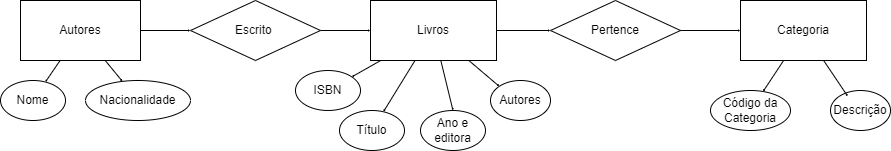
This is Exercicio 9.drawio.png from Thais-VDR/Exercicio_Diagramas, a draw.io export, as it was before one commit. Source tidied: cells renumbered, new cells last; positions are measured from the earlier drawing's top-left corner, leaving out a move shared by most shapes. Source of this version:
```xml
<mxGraphModel>
  <root>
    <mxCell id="0" />
    <mxCell id="1" parent="0" />
    <mxCell id="2" style="edgeStyle=orthogonalEdgeStyle;rounded=0;jettySize=auto;html=1;endSize=0;startSize=0;" parent="1" edge="1" source="5" target="15">
      <mxGeometry relative="1" as="geometry" />
    </mxCell>
    <mxCell id="3" style="rounded=0;jettySize=auto;html=1;endSize=0;startSize=0;" parent="1" edge="1" source="5" target="18">
      <mxGeometry relative="1" as="geometry" />
    </mxCell>
    <mxCell id="4" style="rounded=0;jettySize=auto;html=1;endSize=0;startSize=0;" parent="1" edge="1" source="5" target="19">
      <mxGeometry relative="1" as="geometry" />
    </mxCell>
    <mxCell id="5" value="Autores" style="rounded=0;whiteSpace=wrap;html=1;" parent="1" vertex="1">
      <mxGeometry x="20" width="120" height="60" as="geometry" />
    </mxCell>
    <mxCell id="6" style="edgeStyle=orthogonalEdgeStyle;rounded=0;jettySize=auto;html=1;endSize=0;startSize=0;" parent="1" edge="1" source="11" target="17">
      <mxGeometry relative="1" as="geometry" />
    </mxCell>
    <mxCell id="7" style="rounded=0;jettySize=auto;html=1;endSize=0;startSize=0;" parent="1" edge="1" source="11" target="22">
      <mxGeometry relative="1" as="geometry" />
    </mxCell>
    <mxCell id="8" style="rounded=0;jettySize=auto;html=1;entryX=0.5;entryY=0;entryDx=0;entryDy=0;endSize=0;startSize=0;" parent="1" edge="1" source="11" target="21">
      <mxGeometry relative="1" as="geometry" />
    </mxCell>
    <mxCell id="9" style="rounded=0;jettySize=auto;html=1;entryX=0;entryY=0;entryDx=0;entryDy=0;endSize=0;startSize=0;" parent="1" edge="1" source="11" target="23">
      <mxGeometry relative="1" as="geometry" />
    </mxCell>
    <mxCell id="10" style="rounded=0;jettySize=auto;html=1;endSize=0;startSize=0;" parent="1" edge="1" source="11" target="20">
      <mxGeometry relative="1" as="geometry" />
    </mxCell>
    <mxCell id="11" value="Livros" style="rounded=0;whiteSpace=wrap;html=1;" parent="1" vertex="1">
      <mxGeometry x="370" width="126" height="60" as="geometry" />
    </mxCell>
    <mxCell id="12" style="rounded=0;jettySize=auto;html=1;endSize=0;startSize=0;" parent="1" edge="1" source="13" target="24">
      <mxGeometry relative="1" as="geometry" />
    </mxCell>
    <mxCell id="13" value="Categoria" style="rounded=0;whiteSpace=wrap;html=1;" parent="1" vertex="1">
      <mxGeometry x="740" width="126" height="60" as="geometry" />
    </mxCell>
    <mxCell id="14" style="edgeStyle=orthogonalEdgeStyle;rounded=0;jettySize=auto;html=1;endSize=0;startSize=0;" parent="1" edge="1" source="15" target="11">
      <mxGeometry relative="1" as="geometry" />
    </mxCell>
    <mxCell id="15" value="Escrito&amp;nbsp;" style="rhombus;whiteSpace=wrap;html=1;" parent="1" vertex="1">
      <mxGeometry x="190" width="130" height="60" as="geometry" />
    </mxCell>
    <mxCell id="16" style="edgeStyle=orthogonalEdgeStyle;rounded=0;jettySize=auto;html=1;endSize=0;startSize=0;" parent="1" edge="1" source="17" target="13">
      <mxGeometry relative="1" as="geometry" />
    </mxCell>
    <mxCell id="17" value="Pertence" style="rhombus;whiteSpace=wrap;html=1;" parent="1" vertex="1">
      <mxGeometry x="550" width="130" height="60" as="geometry" />
    </mxCell>
    <mxCell id="18" value="Nome" style="ellipse;whiteSpace=wrap;html=1;" parent="1" vertex="1">
      <mxGeometry y="80" width="65" height="40" as="geometry" />
    </mxCell>
    <mxCell id="19" value="Nacionalidade" style="ellipse;whiteSpace=wrap;html=1;" parent="1" vertex="1">
      <mxGeometry x="85" y="80" width="105" height="40" as="geometry" />
    </mxCell>
    <mxCell id="20" value="ISBN" style="ellipse;whiteSpace=wrap;html=1;" parent="1" vertex="1">
      <mxGeometry x="295" y="70" width="65" height="40" as="geometry" />
    </mxCell>
    <mxCell id="21" value="Ano e editora" style="ellipse;whiteSpace=wrap;html=1;" parent="1" vertex="1">
      <mxGeometry x="420" y="110" width="65" height="40" as="geometry" />
    </mxCell>
    <mxCell id="22" value="Título" style="ellipse;whiteSpace=wrap;html=1;" parent="1" vertex="1">
      <mxGeometry x="339" y="110" width="65" height="40" as="geometry" />
    </mxCell>
    <mxCell id="23" value="Autores" style="ellipse;whiteSpace=wrap;html=1;" parent="1" vertex="1">
      <mxGeometry x="490" y="80" width="60" height="40" as="geometry" />
    </mxCell>
    <mxCell id="24" value="Código da Categoria" style="ellipse;whiteSpace=wrap;html=1;" parent="1" vertex="1">
      <mxGeometry x="710" y="90" width="80" height="40" as="geometry" />
    </mxCell>
    <mxCell id="25" value="Descrição" style="ellipse;whiteSpace=wrap;html=1;" parent="1" vertex="1">
      <mxGeometry x="830" y="90" width="60" height="40" as="geometry" />
    </mxCell>
    <mxCell id="26" style="rounded=0;jettySize=auto;html=1;entryX=0.287;entryY=0.145;entryDx=0;entryDy=0;entryPerimeter=0;endSize=0;startSize=0;" parent="1" edge="1" source="13" target="25">
      <mxGeometry relative="1" as="geometry" />
    </mxCell>
  </root>
</mxGraphModel>
```
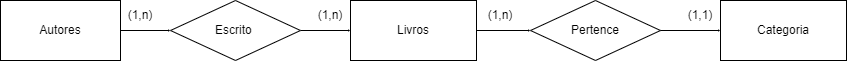
Later version of the same file.

The edit, as a diff of the source:
```diff
@@ -5,36 +5,15 @@
     <mxCell id="2" style="edgeStyle=orthogonalEdgeStyle;rounded=0;jettySize=auto;html=1;endSize=0;startSize=0;" parent="1" edge="1" source="5" target="15">
       <mxGeometry relative="1" as="geometry" />
     </mxCell>
-    <mxCell id="3" style="rounded=0;jettySize=auto;html=1;endSize=0;startSize=0;" parent="1" edge="1" source="5" target="18">
-      <mxGeometry relative="1" as="geometry" />
-    </mxCell>
-    <mxCell id="4" style="rounded=0;jettySize=auto;html=1;endSize=0;startSize=0;" parent="1" edge="1" source="5" target="19">
-      <mxGeometry relative="1" as="geometry" />
-    </mxCell>
     <mxCell id="5" value="Autores" style="rounded=0;whiteSpace=wrap;html=1;" parent="1" vertex="1">
       <mxGeometry x="20" width="120" height="60" as="geometry" />
     </mxCell>
     <mxCell id="6" style="edgeStyle=orthogonalEdgeStyle;rounded=0;jettySize=auto;html=1;endSize=0;startSize=0;" parent="1" edge="1" source="11" target="17">
       <mxGeometry relative="1" as="geometry" />
     </mxCell>
-    <mxCell id="7" style="rounded=0;jettySize=auto;html=1;endSize=0;startSize=0;" parent="1" edge="1" source="11" target="22">
-      <mxGeometry relative="1" as="geometry" />
-    </mxCell>
-    <mxCell id="8" style="rounded=0;jettySize=auto;html=1;entryX=0.5;entryY=0;entryDx=0;entryDy=0;endSize=0;startSize=0;" parent="1" edge="1" source="11" target="21">
-      <mxGeometry relative="1" as="geometry" />
-    </mxCell>
-    <mxCell id="9" style="rounded=0;jettySize=auto;html=1;entryX=0;entryY=0;entryDx=0;entryDy=0;endSize=0;startSize=0;" parent="1" edge="1" source="11" target="23">
-      <mxGeometry relative="1" as="geometry" />
-    </mxCell>
-    <mxCell id="10" style="rounded=0;jettySize=auto;html=1;endSize=0;startSize=0;" parent="1" edge="1" source="11" target="20">
-      <mxGeometry relative="1" as="geometry" />
-    </mxCell>
     <mxCell id="11" value="Livros" style="rounded=0;whiteSpace=wrap;html=1;" parent="1" vertex="1">
       <mxGeometry x="370" width="126" height="60" as="geometry" />
     </mxCell>
-    <mxCell id="12" style="rounded=0;jettySize=auto;html=1;endSize=0;startSize=0;" parent="1" edge="1" source="13" target="24">
-      <mxGeometry relative="1" as="geometry" />
-    </mxCell>
     <mxCell id="13" value="Categoria" style="rounded=0;whiteSpace=wrap;html=1;" parent="1" vertex="1">
       <mxGeometry x="740" width="126" height="60" as="geometry" />
     </mxCell>
@@ -50,32 +29,17 @@
     <mxCell id="17" value="Pertence" style="rhombus;whiteSpace=wrap;html=1;" parent="1" vertex="1">
       <mxGeometry x="550" width="130" height="60" as="geometry" />
     </mxCell>
-    <mxCell id="18" value="Nome" style="ellipse;whiteSpace=wrap;html=1;" parent="1" vertex="1">
-      <mxGeometry y="80" width="65" height="40" as="geometry" />
-    </mxCell>
-    <mxCell id="19" value="Nacionalidade" style="ellipse;whiteSpace=wrap;html=1;" parent="1" vertex="1">
-      <mxGeometry x="85" y="80" width="105" height="40" as="geometry" />
-    </mxCell>
-    <mxCell id="20" value="ISBN" style="ellipse;whiteSpace=wrap;html=1;" parent="1" vertex="1">
-      <mxGeometry x="295" y="70" width="65" height="40" as="geometry" />
-    </mxCell>
-    <mxCell id="21" value="Ano e editora" style="ellipse;whiteSpace=wrap;html=1;" parent="1" vertex="1">
-      <mxGeometry x="420" y="110" width="65" height="40" as="geometry" />
-    </mxCell>
-    <mxCell id="22" value="Título" style="ellipse;whiteSpace=wrap;html=1;" parent="1" vertex="1">
-      <mxGeometry x="339" y="110" width="65" height="40" as="geometry" />
-    </mxCell>
-    <mxCell id="23" value="Autores" style="ellipse;whiteSpace=wrap;html=1;" parent="1" vertex="1">
-      <mxGeometry x="490" y="80" width="60" height="40" as="geometry" />
-    </mxCell>
-    <mxCell id="24" value="Código da Categoria" style="ellipse;whiteSpace=wrap;html=1;" parent="1" vertex="1">
-      <mxGeometry x="710" y="90" width="80" height="40" as="geometry" />
-    </mxCell>
-    <mxCell id="25" value="Descrição" style="ellipse;whiteSpace=wrap;html=1;" parent="1" vertex="1">
-      <mxGeometry x="830" y="90" width="60" height="40" as="geometry" />
-    </mxCell>
-    <mxCell id="26" style="rounded=0;jettySize=auto;html=1;entryX=0.287;entryY=0.145;entryDx=0;entryDy=0;entryPerimeter=0;endSize=0;startSize=0;" parent="1" edge="1" source="13" target="25">
-      <mxGeometry relative="1" as="geometry" />
-    </mxCell>
+    <mxCell id="27" value="(1,n)" style="text;html=1;align=center;verticalAlign=middle;whiteSpace=wrap;rounded=0;" parent="1" vertex="1">
+      <mxGeometry x="490" width="60" height="30" as="geometry" />
+    </mxCell>
+    <mxCell id="28" value="(1,n)" style="text;html=1;align=center;verticalAlign=middle;whiteSpace=wrap;rounded=0;" parent="1" vertex="1">
+      <mxGeometry x="320" width="60" height="30" as="geometry" />
+    </mxCell>
+    <mxCell id="29" value="(1,n)" style="text;html=1;align=center;verticalAlign=middle;whiteSpace=wrap;rounded=0;" parent="1" vertex="1">
+      <mxGeometry x="130" width="60" height="30" as="geometry" />
+    </mxCell>
+    <mxCell id="30" value="(1,1)" style="text;html=1;align=center;verticalAlign=middle;whiteSpace=wrap;rounded=0;" parent="1" vertex="1">
+      <mxGeometry x="690" width="60" height="30" as="geometry" />
+    </mxCell>
   </root>
 </mxGraphModel>
```
